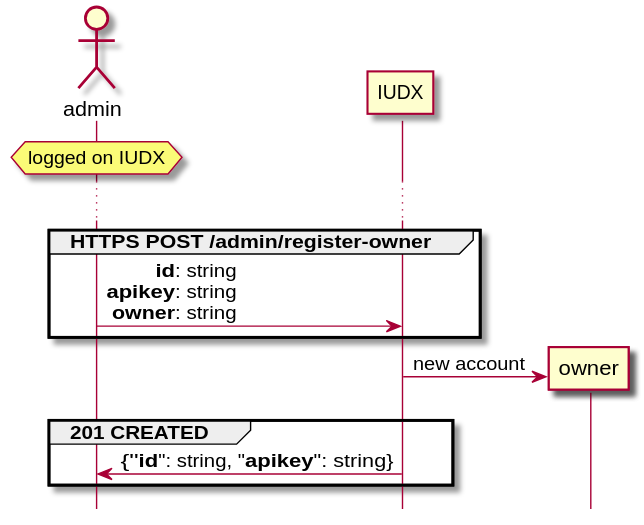
This is DOCS/api/register-owner.svg from rbccps-iisc/corinthian, a PlantUML export, as it was before one commit.
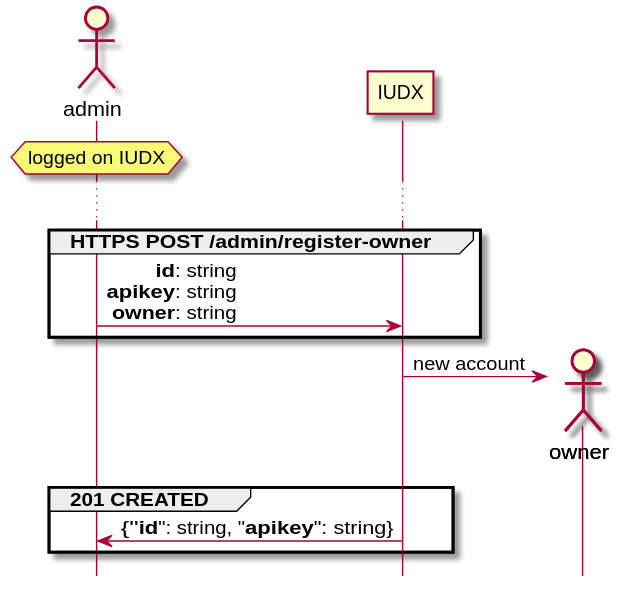
The same file after the commit.

Commit message:
[skip travis] update register-owner

Change to the diagram source:
```diff
@@ -9,7 +9,7 @@
 admin -> IUDX: **id**: string\r**apikey**: string\r**owner**: string
 end
 
-create owner
+create actor owner
 IUDX -> owner : new account
 
 group 201 CREATED
```
